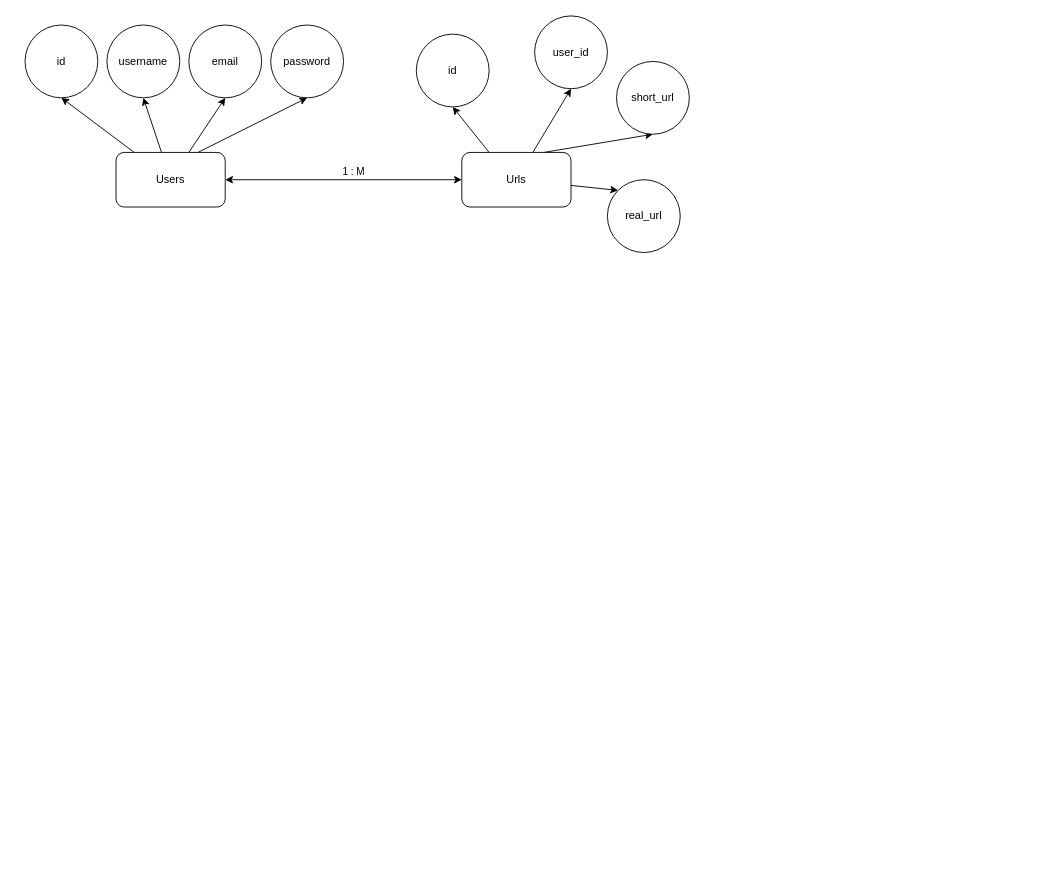
Earlier version of the draw.io diagram diagram.drawio (Subfrom/url-short). Source tidied: cells renumbered, new cells numbered last; positions are measured from the earlier drawing's top-left corner, leaving out a move shared by most shapes. Both pictures are drawn from the tidied source at 91%, with x=0, y=0 at pixel (25, 15).
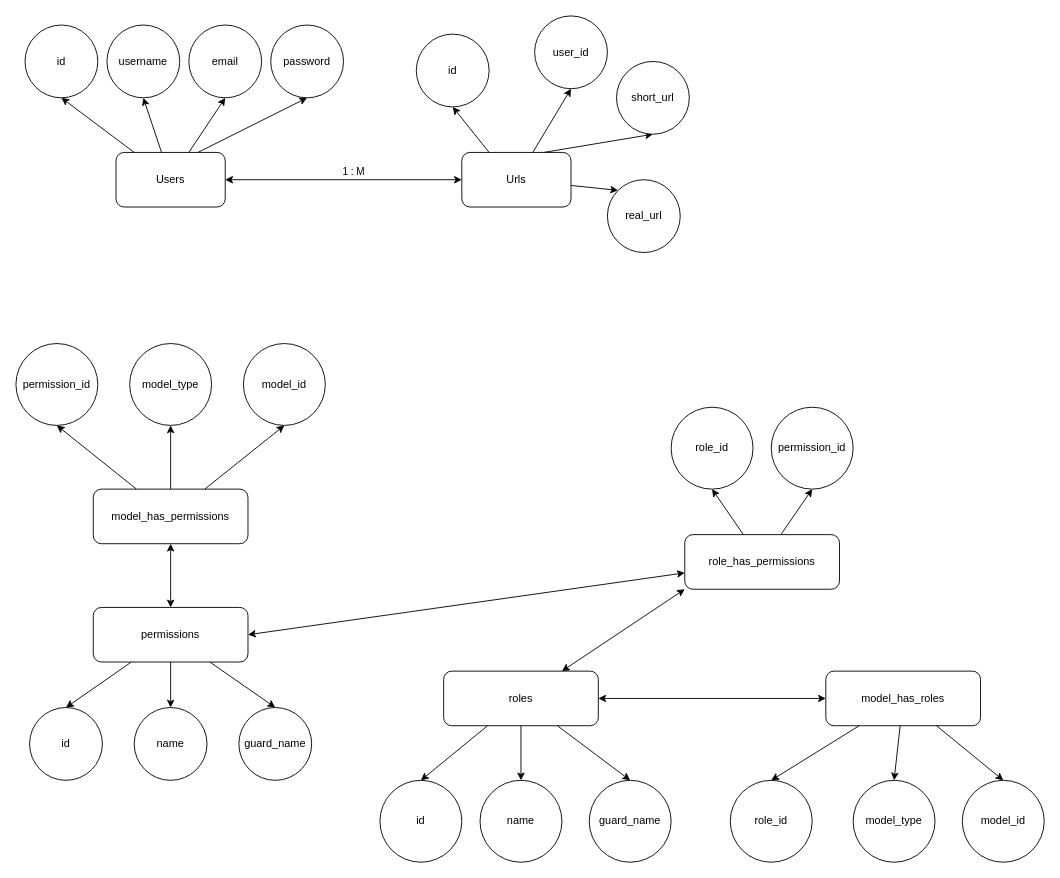
The same diagram, later.

Commit message:
Update user authentication logic

The edit, as a diff of the source:
```diff
@@
+    <mxCell id="22" style="edgeStyle=none;html=1;entryX=0.5;entryY=0;entryDx=0;entryDy=0;startArrow=none;startFill=0;" parent="1" edge="1" source="26" target="32">
+      <mxGeometry relative="1" as="geometry" />
+    </mxCell>
+    <mxCell id="23" style="edgeStyle=none;html=1;startArrow=none;startFill=0;" parent="1" edge="1" source="26" target="33">
+      <mxGeometry relative="1" as="geometry" />
+    </mxCell>
+    <mxCell id="24" style="edgeStyle=none;html=1;entryX=0.5;entryY=0;entryDx=0;entryDy=0;startArrow=none;startFill=0;" parent="1" edge="1" source="26" target="31">
+      <mxGeometry relative="1" as="geometry" />
+    </mxCell>
+    <mxCell id="25" style="edgeStyle=none;html=1;entryX=0.5;entryY=1;entryDx=0;entryDy=0;startArrow=classic;startFill=1;" parent="1" edge="1" source="26" target="30">
+      <mxGeometry relative="1" as="geometry" />
+    </mxCell>
+    <mxCell id="26" value="permissions" style="rounded=1;whiteSpace=wrap;html=1;" parent="1" vertex="1">
+      <mxGeometry x="75" y="650" width="170" height="60" as="geometry" />
+    </mxCell>
+    <mxCell id="27" style="edgeStyle=none;html=1;entryX=0.5;entryY=1;entryDx=0;entryDy=0;startArrow=none;startFill=0;" parent="1" edge="1" source="30" target="35">
+      <mxGeometry relative="1" as="geometry" />
+    </mxCell>
+    <mxCell id="28" style="edgeStyle=none;html=1;startArrow=none;startFill=0;" parent="1" edge="1" source="30" target="36">
+      <mxGeometry relative="1" as="geometry" />
+    </mxCell>
+    <mxCell id="29" style="edgeStyle=none;html=1;entryX=0.5;entryY=1;entryDx=0;entryDy=0;startArrow=none;startFill=0;" parent="1" edge="1" source="30" target="37">
+      <mxGeometry relative="1" as="geometry" />
+    </mxCell>
+    <mxCell id="30" value="model_has_permissions" style="rounded=1;whiteSpace=wrap;html=1;" parent="1" vertex="1">
+      <mxGeometry x="75" y="520" width="170" height="60" as="geometry" />
+    </mxCell>
+    <mxCell id="31" value="guard_name" style="ellipse;whiteSpace=wrap;html=1;" parent="1" vertex="1">
+      <mxGeometry x="235" y="760" width="80" height="80" as="geometry" />
+    </mxCell>
+    <mxCell id="32" value="id" style="ellipse;whiteSpace=wrap;html=1;" parent="1" vertex="1">
+      <mxGeometry x="5" y="760" width="80" height="80" as="geometry" />
+    </mxCell>
+    <mxCell id="33" value="name" style="ellipse;whiteSpace=wrap;html=1;" parent="1" vertex="1">
+      <mxGeometry x="120" y="760" width="80" height="80" as="geometry" />
+    </mxCell>
+    <mxCell id="34" style="edgeStyle=none;html=1;entryX=1;entryY=0.5;entryDx=0;entryDy=0;startArrow=classic;startFill=1;" parent="1" edge="1" source="40" target="26">
+      <mxGeometry relative="1" as="geometry" />
+    </mxCell>
+    <mxCell id="35" value="permission_id" style="ellipse;whiteSpace=wrap;html=1;" parent="1" vertex="1">
+      <mxGeometry x="-10" y="360" width="90" height="90" as="geometry" />
+    </mxCell>
+    <mxCell id="36" value="model_type" style="ellipse;whiteSpace=wrap;html=1;" parent="1" vertex="1">
+      <mxGeometry x="115" y="360" width="90" height="90" as="geometry" />
+    </mxCell>
+    <mxCell id="37" value="model_id" style="ellipse;whiteSpace=wrap;html=1;" parent="1" vertex="1">
+      <mxGeometry x="240" y="360" width="90" height="90" as="geometry" />
+    </mxCell>
+    <mxCell id="38" style="group;" parent="1" vertex="1">
+      <mxGeometry x="390" y="430" width="730" height="500" as="geometry" />
+    </mxCell>
+    <mxCell id="39" value="roles" style="rounded=1;whiteSpace=wrap;html=1;" parent="38" vertex="1">
+      <mxGeometry x="70" y="290" width="170" height="60" as="geometry" />
+    </mxCell>
+    <mxCell id="40" value="role_has_permissions" style="rounded=1;whiteSpace=wrap;html=1;" parent="38" vertex="1">
+      <mxGeometry x="335" y="140" width="170" height="60" as="geometry" />
+    </mxCell>
+    <mxCell id="41" style="edgeStyle=none;html=1;entryX=0;entryY=1;entryDx=0;entryDy=0;startArrow=classic;startFill=1;" parent="38" edge="1" source="39" target="40">
+      <mxGeometry relative="1" as="geometry" />
+    </mxCell>
+    <mxCell id="42" style="edgeStyle=none;html=1;entryX=1;entryY=0.5;entryDx=0;entryDy=0;startArrow=classic;startFill=1;" parent="38" edge="1" source="43" target="39">
+      <mxGeometry relative="1" as="geometry" />
+    </mxCell>
+    <mxCell id="43" value="model_has_roles" style="rounded=1;whiteSpace=wrap;html=1;" parent="38" vertex="1">
+      <mxGeometry x="490" y="290" width="170" height="60" as="geometry" />
+    </mxCell>
+    <mxCell id="44" value="permission_id" style="ellipse;whiteSpace=wrap;html=1;" parent="38" vertex="1">
+      <mxGeometry x="430" width="90" height="90" as="geometry" />
+    </mxCell>
+    <mxCell id="45" style="edgeStyle=none;html=1;entryX=0.5;entryY=1;entryDx=0;entryDy=0;" parent="38" edge="1" source="40" target="44">
+      <mxGeometry relative="1" as="geometry" />
+    </mxCell>
+    <mxCell id="46" value="role_id" style="ellipse;whiteSpace=wrap;html=1;" parent="38" vertex="1">
+      <mxGeometry x="320" width="90" height="90" as="geometry" />
+    </mxCell>
+    <mxCell id="47" style="edgeStyle=none;html=1;entryX=0.5;entryY=1;entryDx=0;entryDy=0;" parent="38" edge="1" source="40" target="46">
+      <mxGeometry relative="1" as="geometry" />
+    </mxCell>
+    <mxCell id="48" value="name" style="ellipse;whiteSpace=wrap;html=1;" parent="38" vertex="1">
+      <mxGeometry x="110" y="410" width="90" height="90" as="geometry" />
+    </mxCell>
+    <mxCell id="49" style="edgeStyle=none;html=1;" parent="38" edge="1" source="39" target="48">
+      <mxGeometry relative="1" as="geometry" />
+    </mxCell>
+    <mxCell id="50" value="id" style="ellipse;whiteSpace=wrap;html=1;" parent="38" vertex="1">
+      <mxGeometry y="410" width="90" height="90" as="geometry" />
+    </mxCell>
+    <mxCell id="51" style="edgeStyle=none;html=1;entryX=0.5;entryY=0;entryDx=0;entryDy=0;" parent="38" edge="1" source="39" target="50">
+      <mxGeometry relative="1" as="geometry" />
+    </mxCell>
+    <mxCell id="52" value="guard_name" style="ellipse;whiteSpace=wrap;html=1;" parent="38" vertex="1">
+      <mxGeometry x="230" y="410" width="90" height="90" as="geometry" />
+    </mxCell>
+    <mxCell id="53" style="edgeStyle=none;html=1;entryX=0.5;entryY=0;entryDx=0;entryDy=0;" parent="38" edge="1" source="39" target="52">
+      <mxGeometry relative="1" as="geometry" />
+    </mxCell>
+    <mxCell id="54" value="role_id" style="ellipse;whiteSpace=wrap;html=1;" parent="38" vertex="1">
+      <mxGeometry x="385" y="410" width="90" height="90" as="geometry" />
+    </mxCell>
+    <mxCell id="55" style="edgeStyle=none;html=1;entryX=0.5;entryY=0;entryDx=0;entryDy=0;startArrow=none;startFill=0;" parent="38" edge="1" source="43" target="54">
+      <mxGeometry relative="1" as="geometry" />
+    </mxCell>
+    <mxCell id="56" value="model_type" style="ellipse;whiteSpace=wrap;html=1;" parent="38" vertex="1">
+      <mxGeometry x="520" y="410" width="90" height="90" as="geometry" />
+    </mxCell>
+    <mxCell id="57" style="edgeStyle=none;html=1;entryX=0.5;entryY=0;entryDx=0;entryDy=0;startArrow=none;startFill=0;" parent="38" edge="1" source="43" target="56">
+      <mxGeometry relative="1" as="geometry" />
+    </mxCell>
+    <mxCell id="58" value="model_id" style="ellipse;whiteSpace=wrap;html=1;" parent="38" vertex="1">
+      <mxGeometry x="640" y="410" width="90" height="90" as="geometry" />
+    </mxCell>
+    <mxCell id="59" style="edgeStyle=none;html=1;entryX=0.5;entryY=0;entryDx=0;entryDy=0;startArrow=none;startFill=0;" parent="38" edge="1" source="43" target="58">
+      <mxGeometry relative="1" as="geometry" />
+    </mxCell>
```
